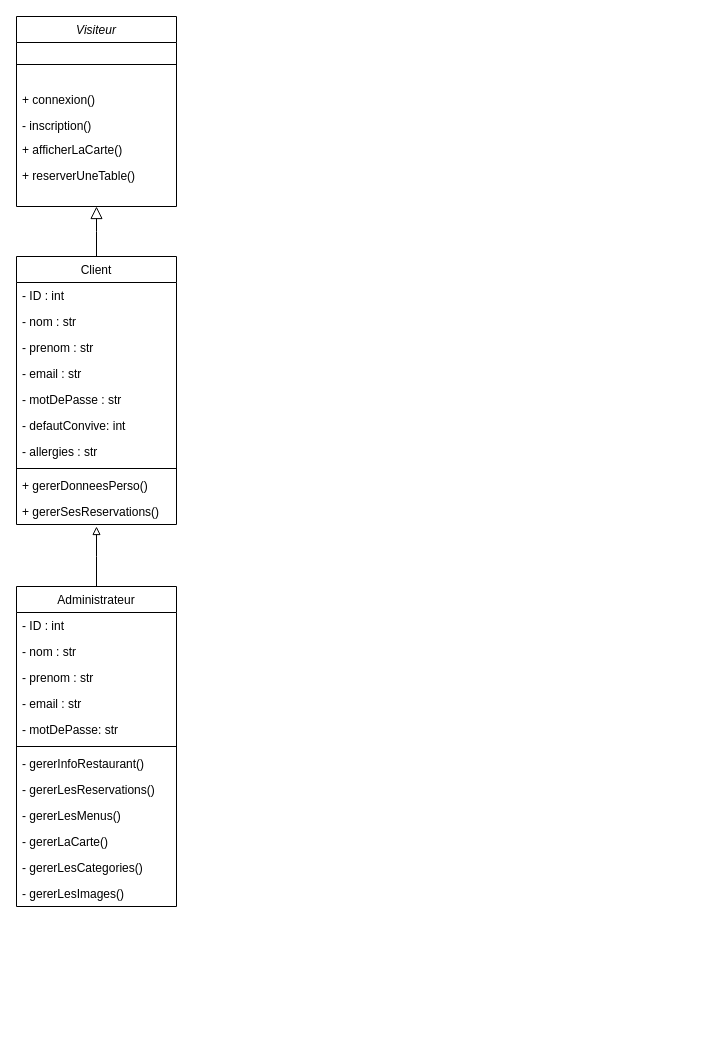
Earlier version of the draw.io diagram assets/Diagrammes/Quai_Antique_Classes.drawio (MathieuBal/STUDI_Projet_fil_rouge). Source tidied: cells renumbered, new cells numbered last; positions are measured from the earlier drawing's top-left corner, leaving out a move shared by most shapes. Both pictures are drawn from the tidied source at 100%, with x=0, y=0 at pixel (16, 16).
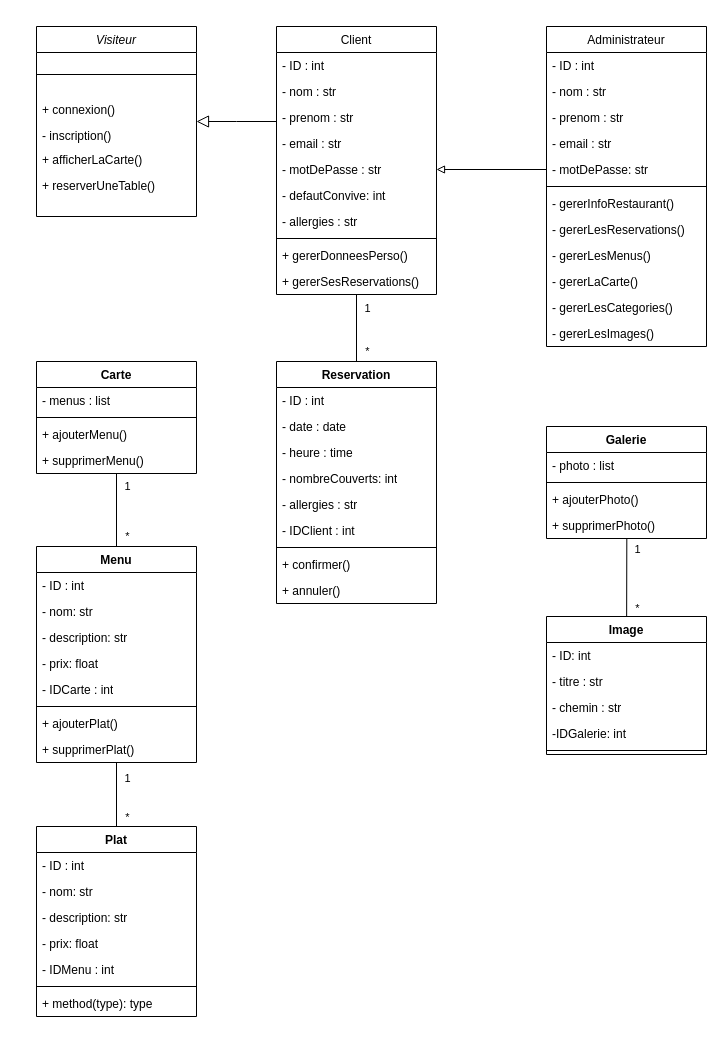
The same diagram, later.

Commit message:
Mettre à jour Quai_Antique_Classes.drawio

The change refers to these unchanged cells:
```xml
<mxCell id="13" value="- motDePasse : str" style="text;align=left;verticalAlign=top;spacingLeft=4;spacingRight=4;overflow=hidden;points=[[0,0.5],[1,0.5]];portConstraint=eastwest;rounded=0;shadow=0;html=0;" parent="8" vertex="1">
  <mxGeometry y="130" width="160" height="26" as="geometry" />
</mxCell>
<mxCell id="18" value="+ gererSesReservations()" style="text;align=left;verticalAlign=top;spacingLeft=4;spacingRight=4;overflow=hidden;points=[[0,0.5],[1,0.5]];portConstraint=eastwest;" parent="8" vertex="1">
  <mxGeometry y="242" width="160" height="26" as="geometry" />
</mxCell>
<mxCell id="25" value="- motDePasse: str" style="text;align=left;verticalAlign=top;spacingLeft=4;spacingRight=4;overflow=hidden;points=[[0,0.5],[1,0.5]];portConstraint=eastwest;" parent="20" vertex="1">
  <mxGeometry y="130" width="160" height="26" as="geometry" />
</mxCell>
```

The edit, as a diff of the source:
```diff
@@
     <mxCell id="2" value="Visiteur" style="swimlane;fontStyle=2;align=center;verticalAlign=top;horizontal=1;startSize=26;rounded=0;shadow=0;strokeWidth=1;" parent="1" vertex="1">
-      <mxGeometry width="160" height="190" as="geometry" />
+      <mxGeometry x="20" y="10" width="160" height="190" as="geometry" />
     </mxCell>
@@
+    <mxCell id="34" style="rounded=0;jettySize=auto;html=1;entryX=0.5;entryY=0;entryDx=0;entryDy=0;endArrow=none;endFill=0;" parent="1" edge="1" source="8" target="38">
+      <mxGeometry relative="1" as="geometry" />
+    </mxCell>
+    <mxCell id="35" value="1" style="edgeLabel;html=1;align=center;verticalAlign=middle;" parent="34" vertex="1">
+      <mxGeometry x="-0.61" relative="1" as="geometry">
+        <mxPoint x="10" as="offset" />
+      </mxGeometry>
+    </mxCell>
+    <mxCell id="36" value="*" style="edgeLabel;html=1;align=center;verticalAlign=middle;" parent="34" vertex="1">
+      <mxGeometry x="0.66" y="-1" relative="1" as="geometry">
+        <mxPoint x="11" as="offset" />
+      </mxGeometry>
+    </mxCell>
     <mxCell id="8" value="Client" style="swimlane;fontStyle=0;align=center;verticalAlign=top;horizontal=1;startSize=26;rounded=0;shadow=0;strokeWidth=1;" parent="1" vertex="1">
-      <mxGeometry y="240" width="160" height="268" as="geometry" />
+      <mxGeometry x="260" y="10" width="160" height="268" as="geometry" />
     </mxCell>
@@
     <mxCell id="20" value="Administrateur" style="swimlane;fontStyle=0;align=center;verticalAlign=top;horizontal=1;startSize=26;rounded=0;shadow=0;strokeWidth=1;" parent="1" vertex="1">
-      <mxGeometry y="570" width="160" height="320" as="geometry" />
+      <mxGeometry x="530" y="10" width="160" height="320" as="geometry" />
     </mxCell>
@@
-    <mxCell id="33" style="edgeStyle=orthogonalEdgeStyle;rounded=0;jettySize=auto;html=1;entryX=0.5;entryY=1.077;entryDx=0;entryDy=0;entryPerimeter=0;endArrow=block;endFill=0;" parent="1" edge="1" source="20" target="18">
-      <mxGeometry relative="1" as="geometry">
-        <Array as="points">
-          <mxPoint x="80" y="540" />
-          <mxPoint x="80" y="540" />
-        </Array>
-      </mxGeometry>
-    </mxCell>
+    <mxCell id="37" style="edgeStyle=orthogonalEdgeStyle;rounded=0;jettySize=auto;html=1;entryX=1;entryY=0.5;entryDx=0;entryDy=0;endArrow=block;endFill=0;" parent="1" edge="1" source="25" target="13">
+      <mxGeometry relative="1" as="geometry" />
+    </mxCell>
+    <mxCell id="38" value="Reservation" style="swimlane;fontStyle=1;align=center;verticalAlign=top;horizontal=1;startSize=26;whiteSpace=wrap;html=1;" parent="1" vertex="1">
+      <mxGeometry x="260" y="345" width="160" height="242" as="geometry" />
+    </mxCell>
+    <mxCell id="39" value="- ID : int" style="text;strokeColor=none;fillColor=none;align=left;verticalAlign=top;spacingLeft=4;spacingRight=4;overflow=hidden;whiteSpace=wrap;html=1;" parent="38" vertex="1">
+      <mxGeometry y="26" width="160" height="26" as="geometry" />
+    </mxCell>
+    <mxCell id="40" value="- date : date" style="text;strokeColor=none;fillColor=none;align=left;verticalAlign=top;spacingLeft=4;spacingRight=4;overflow=hidden;whiteSpace=wrap;html=1;" parent="38" vertex="1">
+      <mxGeometry y="52" width="160" height="26" as="geometry" />
+    </mxCell>
+    <mxCell id="41" value="- heure : time" style="text;strokeColor=none;fillColor=none;align=left;verticalAlign=top;spacingLeft=4;spacingRight=4;overflow=hidden;whiteSpace=wrap;html=1;" parent="38" vertex="1">
+      <mxGeometry y="78" width="160" height="26" as="geometry" />
+    </mxCell>
+    <mxCell id="42" value="- nombreCouverts: int" style="text;strokeColor=none;fillColor=none;align=left;verticalAlign=top;spacingLeft=4;spacingRight=4;overflow=hidden;whiteSpace=wrap;html=1;" parent="38" vertex="1">
+      <mxGeometry y="104" width="160" height="26" as="geometry" />
+    </mxCell>
+    <mxCell id="43" value="- allergies : str" style="text;strokeColor=none;fillColor=none;align=left;verticalAlign=top;spacingLeft=4;spacingRight=4;overflow=hidden;whiteSpace=wrap;html=1;" parent="38" vertex="1">
+      <mxGeometry y="130" width="160" height="26" as="geometry" />
+    </mxCell>
+    <mxCell id="44" value="- IDClient : int" style="text;strokeColor=none;fillColor=none;align=left;verticalAlign=top;spacingLeft=4;spacingRight=4;overflow=hidden;whiteSpace=wrap;html=1;" parent="38" vertex="1">
+      <mxGeometry y="156" width="160" height="26" as="geometry" />
+    </mxCell>
+    <mxCell id="45" style="line;strokeWidth=1;fillColor=none;align=left;verticalAlign=middle;spacingTop=-1;spacingLeft=3;spacingRight=3;labelPosition=right;strokeColor=inherit;" parent="38" vertex="1">
+      <mxGeometry y="182" width="160" height="8" as="geometry" />
+    </mxCell>
+    <mxCell id="46" value="+ confirmer()" style="text;strokeColor=none;fillColor=none;align=left;verticalAlign=top;spacingLeft=4;spacingRight=4;overflow=hidden;whiteSpace=wrap;html=1;" parent="38" vertex="1">
+      <mxGeometry y="190" width="160" height="26" as="geometry" />
+    </mxCell>
+    <mxCell id="47" value="+ annuler()" style="text;strokeColor=none;fillColor=none;align=left;verticalAlign=top;spacingLeft=4;spacingRight=4;overflow=hidden;whiteSpace=wrap;html=1;" parent="38" vertex="1">
+      <mxGeometry y="216" width="160" height="26" as="geometry" />
+    </mxCell>
+    <mxCell id="48" value="Menu" style="swimlane;fontStyle=1;align=center;verticalAlign=top;horizontal=1;startSize=26;whiteSpace=wrap;html=1;" parent="1" vertex="1">
+      <mxGeometry x="20" y="530" width="160" height="216" as="geometry" />
+    </mxCell>
+    <mxCell id="49" value="- ID : int&lt;div&gt;&lt;br&gt;&lt;/div&gt;" style="text;strokeColor=none;fillColor=none;align=left;verticalAlign=top;spacingLeft=4;spacingRight=4;overflow=hidden;whiteSpace=wrap;html=1;" parent="48" vertex="1">
+      <mxGeometry y="26" width="160" height="26" as="geometry" />
+    </mxCell>
+    <mxCell id="50" value="- nom: str&lt;div&gt;&lt;br&gt;&lt;/div&gt;" style="text;strokeColor=none;fillColor=none;align=left;verticalAlign=top;spacingLeft=4;spacingRight=4;overflow=hidden;whiteSpace=wrap;html=1;" parent="48" vertex="1">
+      <mxGeometry y="52" width="160" height="26" as="geometry" />
+    </mxCell>
+    <mxCell id="51" value="- description: str&lt;div&gt;&lt;br&gt;&lt;/div&gt;" style="text;strokeColor=none;fillColor=none;align=left;verticalAlign=top;spacingLeft=4;spacingRight=4;overflow=hidden;whiteSpace=wrap;html=1;" parent="48" vertex="1">
+      <mxGeometry y="78" width="160" height="26" as="geometry" />
+    </mxCell>
+    <mxCell id="52" value="- prix: float&lt;div&gt;&lt;br&gt;&lt;/div&gt;" style="text;strokeColor=none;fillColor=none;align=left;verticalAlign=top;spacingLeft=4;spacingRight=4;overflow=hidden;whiteSpace=wrap;html=1;" parent="48" vertex="1">
+      <mxGeometry y="104" width="160" height="26" as="geometry" />
+    </mxCell>
+    <mxCell id="53" value="- IDCarte : int&lt;div&gt;&lt;br&gt;&lt;/div&gt;" style="text;strokeColor=none;fillColor=none;align=left;verticalAlign=top;spacingLeft=4;spacingRight=4;overflow=hidden;whiteSpace=wrap;html=1;" parent="48" vertex="1">
+      <mxGeometry y="130" width="160" height="26" as="geometry" />
+    </mxCell>
+    <mxCell id="54" style="line;strokeWidth=1;fillColor=none;align=left;verticalAlign=middle;spacingTop=-1;spacingLeft=3;spacingRight=3;labelPosition=right;strokeColor=inherit;" parent="48" vertex="1">
+      <mxGeometry y="156" width="160" height="8" as="geometry" />
+    </mxCell>
+    <mxCell id="55" value="+ ajouterPlat()" style="text;strokeColor=none;fillColor=none;align=left;verticalAlign=top;spacingLeft=4;spacingRight=4;overflow=hidden;whiteSpace=wrap;html=1;" parent="48" vertex="1">
+      <mxGeometry y="164" width="160" height="26" as="geometry" />
+    </mxCell>
+    <mxCell id="56" value="+ supprimerPlat()" style="text;strokeColor=none;fillColor=none;align=left;verticalAlign=top;spacingLeft=4;spacingRight=4;overflow=hidden;whiteSpace=wrap;html=1;" parent="48" vertex="1">
+      <mxGeometry y="190" width="160" height="26" as="geometry" />
+    </mxCell>
+    <mxCell id="57" style="rounded=0;jettySize=auto;html=1;entryX=0.5;entryY=0;entryDx=0;entryDy=0;endArrow=none;endFill=0;" parent="1" edge="1" source="60" target="48">
+      <mxGeometry relative="1" as="geometry" />
+    </mxCell>
+    <mxCell id="58" value="1" style="edgeLabel;html=1;align=center;verticalAlign=middle;" parent="57" vertex="1">
+      <mxGeometry x="-0.68" y="-1" relative="1" as="geometry">
+        <mxPoint x="11" as="offset" />
+      </mxGeometry>
+    </mxCell>
+    <mxCell id="59" value="*" style="edgeLabel;html=1;align=center;verticalAlign=middle;" parent="57" vertex="1">
+      <mxGeometry x="0.69" relative="1" as="geometry">
+        <mxPoint x="10" as="offset" />
+      </mxGeometry>
+    </mxCell>
+    <mxCell id="60" value="Carte" style="swimlane;fontStyle=1;align=center;verticalAlign=top;horizontal=1;startSize=26;whiteSpace=wrap;html=1;" parent="1" vertex="1">
+      <mxGeometry x="20" y="345" width="160" height="112" as="geometry" />
+    </mxCell>
+    <mxCell id="61" value="- menus : list" style="text;strokeColor=none;fillColor=none;align=left;verticalAlign=top;spacingLeft=4;spacingRight=4;overflow=hidden;whiteSpace=wrap;html=1;" parent="60" vertex="1">
+      <mxGeometry y="26" width="160" height="26" as="geometry" />
+    </mxCell>
+    <mxCell id="62" style="line;strokeWidth=1;fillColor=none;align=left;verticalAlign=middle;spacingTop=-1;spacingLeft=3;spacingRight=3;labelPosition=right;strokeColor=inherit;" parent="60" vertex="1">
+      <mxGeometry y="52" width="160" height="8" as="geometry" />
+    </mxCell>
+    <mxCell id="63" value="+ ajouterMenu()" style="text;strokeColor=none;fillColor=none;align=left;verticalAlign=top;spacingLeft=4;spacingRight=4;overflow=hidden;whiteSpace=wrap;html=1;" parent="60" vertex="1">
+      <mxGeometry y="60" width="160" height="26" as="geometry" />
+    </mxCell>
+    <mxCell id="64" value="+ supprimerMenu()" style="text;strokeColor=none;fillColor=none;align=left;verticalAlign=top;spacingLeft=4;spacingRight=4;overflow=hidden;whiteSpace=wrap;html=1;" parent="60" vertex="1">
+      <mxGeometry y="86" width="160" height="26" as="geometry" />
+    </mxCell>
+    <mxCell id="65" value="Galerie" style="swimlane;fontStyle=1;align=center;verticalAlign=top;horizontal=1;startSize=26;whiteSpace=wrap;html=1;" parent="1" vertex="1">
+      <mxGeometry x="530" y="410" width="160" height="112" as="geometry" />
+    </mxCell>
+    <mxCell id="66" value="- photo : list" style="text;strokeColor=none;fillColor=none;align=left;verticalAlign=top;spacingLeft=4;spacingRight=4;overflow=hidden;whiteSpace=wrap;html=1;" parent="65" vertex="1">
+      <mxGeometry y="26" width="160" height="26" as="geometry" />
+    </mxCell>
+    <mxCell id="67" style="line;strokeWidth=1;fillColor=none;align=left;verticalAlign=middle;spacingTop=-1;spacingLeft=3;spacingRight=3;labelPosition=right;strokeColor=inherit;" parent="65" vertex="1">
+      <mxGeometry y="52" width="160" height="8" as="geometry" />
+    </mxCell>
+    <mxCell id="68" value="+ ajouterPhoto()" style="text;strokeColor=none;fillColor=none;align=left;verticalAlign=top;spacingLeft=4;spacingRight=4;overflow=hidden;whiteSpace=wrap;html=1;" parent="65" vertex="1">
+      <mxGeometry y="60" width="160" height="26" as="geometry" />
+    </mxCell>
+    <mxCell id="69" value="+ supprimerPhoto()" style="text;strokeColor=none;fillColor=none;align=left;verticalAlign=top;spacingLeft=4;spacingRight=4;overflow=hidden;points=[[0,0.5],[1,0.5]];portConstraint=eastwest;whiteSpace=wrap;html=1;" parent="65" vertex="1">
+      <mxGeometry y="86" width="160" height="26" as="geometry" />
+    </mxCell>
+    <mxCell id="70" value="Image" style="swimlane;fontStyle=1;align=center;verticalAlign=top;horizontal=1;startSize=26;whiteSpace=wrap;html=1;" parent="1" vertex="1">
+      <mxGeometry x="530" y="600" width="160" height="138" as="geometry" />
+    </mxCell>
+    <mxCell id="71" value="- ID: int" style="text;strokeColor=none;fillColor=none;align=left;verticalAlign=top;spacingLeft=4;spacingRight=4;overflow=hidden;whiteSpace=wrap;html=1;" parent="70" vertex="1">
+      <mxGeometry y="26" width="160" height="26" as="geometry" />
+    </mxCell>
+    <mxCell id="72" value="- titre : str" style="text;strokeColor=none;fillColor=none;align=left;verticalAlign=top;spacingLeft=4;spacingRight=4;overflow=hidden;whiteSpace=wrap;html=1;" parent="70" vertex="1">
+      <mxGeometry y="52" width="160" height="26" as="geometry" />
+    </mxCell>
+    <mxCell id="73" value="- chemin : str" style="text;strokeColor=none;fillColor=none;align=left;verticalAlign=top;spacingLeft=4;spacingRight=4;overflow=hidden;whiteSpace=wrap;html=1;" parent="70" vertex="1">
+      <mxGeometry y="78" width="160" height="26" as="geometry" />
+    </mxCell>
+    <mxCell id="74" value="-IDGalerie: int" style="text;strokeColor=none;fillColor=none;align=left;verticalAlign=top;spacingLeft=4;spacingRight=4;overflow=hidden;whiteSpace=wrap;html=1;" parent="70" vertex="1">
+      <mxGeometry y="104" width="160" height="26" as="geometry" />
+    </mxCell>
+    <mxCell id="75" style="line;strokeWidth=1;fillColor=none;align=left;verticalAlign=middle;spacingTop=-1;spacingLeft=3;spacingRight=3;labelPosition=right;strokeColor=inherit;" parent="70" vertex="1">
+      <mxGeometry y="130" width="160" height="8" as="geometry" />
+    </mxCell>
+    <mxCell id="76" value="Plat" style="swimlane;fontStyle=1;align=center;verticalAlign=top;horizontal=1;startSize=26;whiteSpace=wrap;html=1;" parent="1" vertex="1">
+      <mxGeometry x="20" y="810" width="160" height="190" as="geometry" />
+    </mxCell>
+    <mxCell id="77" value="- ID : int&lt;div&gt;&lt;br&gt;&lt;/div&gt;" style="text;strokeColor=none;fillColor=none;align=left;verticalAlign=top;spacingLeft=4;spacingRight=4;overflow=hidden;whiteSpace=wrap;html=1;" parent="76" vertex="1">
+      <mxGeometry y="26" width="160" height="26" as="geometry" />
+    </mxCell>
+    <mxCell id="78" value="- nom: str&lt;div&gt;&lt;br&gt;&lt;/div&gt;" style="text;strokeColor=none;fillColor=none;align=left;verticalAlign=top;spacingLeft=4;spacingRight=4;overflow=hidden;whiteSpace=wrap;html=1;" parent="76" vertex="1">
+      <mxGeometry y="52" width="160" height="26" as="geometry" />
+    </mxCell>
+    <mxCell id="79" value="- description: str&lt;div&gt;&lt;br&gt;&lt;/div&gt;" style="text;strokeColor=none;fillColor=none;align=left;verticalAlign=top;spacingLeft=4;spacingRight=4;overflow=hidden;whiteSpace=wrap;html=1;" parent="76" vertex="1">
+      <mxGeometry y="78" width="160" height="26" as="geometry" />
+    </mxCell>
+    <mxCell id="80" value="- prix: float&lt;div&gt;&lt;br&gt;&lt;/div&gt;" style="text;strokeColor=none;fillColor=none;align=left;verticalAlign=top;spacingLeft=4;spacingRight=4;overflow=hidden;whiteSpace=wrap;html=1;" parent="76" vertex="1">
+      <mxGeometry y="104" width="160" height="26" as="geometry" />
+    </mxCell>
+    <mxCell id="81" value="- IDMenu : int&lt;div&gt;&lt;br&gt;&lt;/div&gt;" style="text;strokeColor=none;fillColor=none;align=left;verticalAlign=top;spacingLeft=4;spacingRight=4;overflow=hidden;whiteSpace=wrap;html=1;" parent="76" vertex="1">
+      <mxGeometry y="130" width="160" height="26" as="geometry" />
+    </mxCell>
+    <mxCell id="82" style="line;strokeWidth=1;fillColor=none;align=left;verticalAlign=middle;spacingTop=-1;spacingLeft=3;spacingRight=3;labelPosition=right;strokeColor=inherit;" parent="76" vertex="1">
+      <mxGeometry y="156" width="160" height="8" as="geometry" />
+    </mxCell>
+    <mxCell id="83" value="+ method(type): type" style="text;strokeColor=none;fillColor=none;align=left;verticalAlign=top;spacingLeft=4;spacingRight=4;overflow=hidden;whiteSpace=wrap;html=1;" parent="76" vertex="1">
+      <mxGeometry y="164" width="160" height="26" as="geometry" />
+    </mxCell>
+    <mxCell id="84" style="edgeStyle=orthogonalEdgeStyle;rounded=0;jettySize=auto;html=1;entryX=0.5;entryY=0;entryDx=0;entryDy=0;endArrow=none;endFill=0;" parent="1" edge="1" source="48" target="76">
+      <mxGeometry relative="1" as="geometry" />
+    </mxCell>
+    <mxCell id="85" value="1" style="edgeLabel;html=1;align=center;verticalAlign=middle;" parent="84" vertex="1">
+      <mxGeometry x="-0.76" y="-1" relative="1" as="geometry">
+        <mxPoint x="11" y="7" as="offset" />
+      </mxGeometry>
+    </mxCell>
+    <mxCell id="86" value="*" style="edgeLabel;html=1;align=center;verticalAlign=middle;" parent="84" vertex="1">
+      <mxGeometry x="0.81" y="1" relative="1" as="geometry">
+        <mxPoint x="9" y="-4" as="offset" />
+      </mxGeometry>
+    </mxCell>
+    <mxCell id="87" style="rounded=0;jettySize=auto;html=1;entryX=0.502;entryY=1.017;entryDx=0;entryDy=0;entryPerimeter=0;endArrow=none;endFill=0;" parent="1" edge="1" source="70" target="69">
+      <mxGeometry relative="1" as="geometry" />
+    </mxCell>
+    <mxCell id="88" value="1" style="edgeLabel;html=1;align=center;verticalAlign=middle;" parent="87" vertex="1">
+      <mxGeometry x="0.76" relative="1" as="geometry">
+        <mxPoint x="10" as="offset" />
+      </mxGeometry>
+    </mxCell>
+    <mxCell id="89" value="*" style="edgeLabel;html=1;align=center;verticalAlign=middle;" parent="87" vertex="1">
+      <mxGeometry x="-0.76" relative="1" as="geometry">
+        <mxPoint x="10" as="offset" />
+      </mxGeometry>
+    </mxCell>
```
